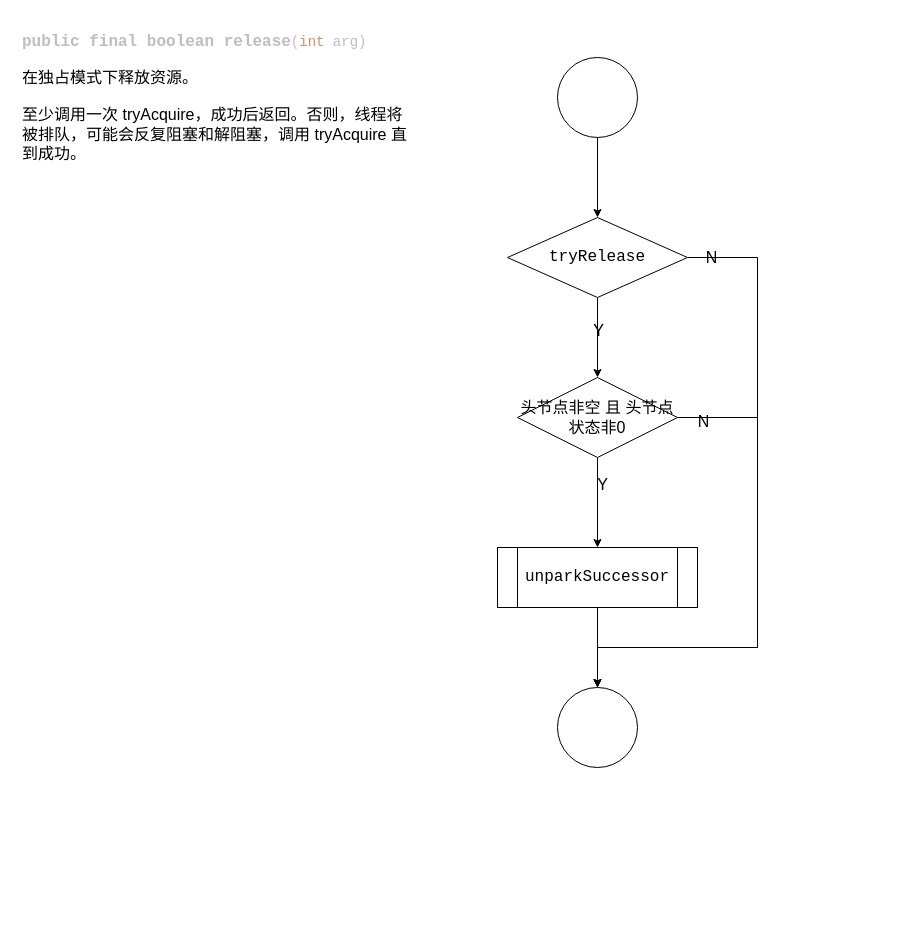
Before: page "release" (3 of 12) of src/drawio/aqs/aqs.drawio in NikolaZhang/NikolaZhang.github.io, a draw.io diagram. Source tidied: cells renumbered, new cells numbered last; positions are measured from the earlier drawing's top-left corner, leaving out a move shared by most shapes. Both pictures are drawn from the tidied source at 100%, with x=0, y=0 at pixel (17, 27).
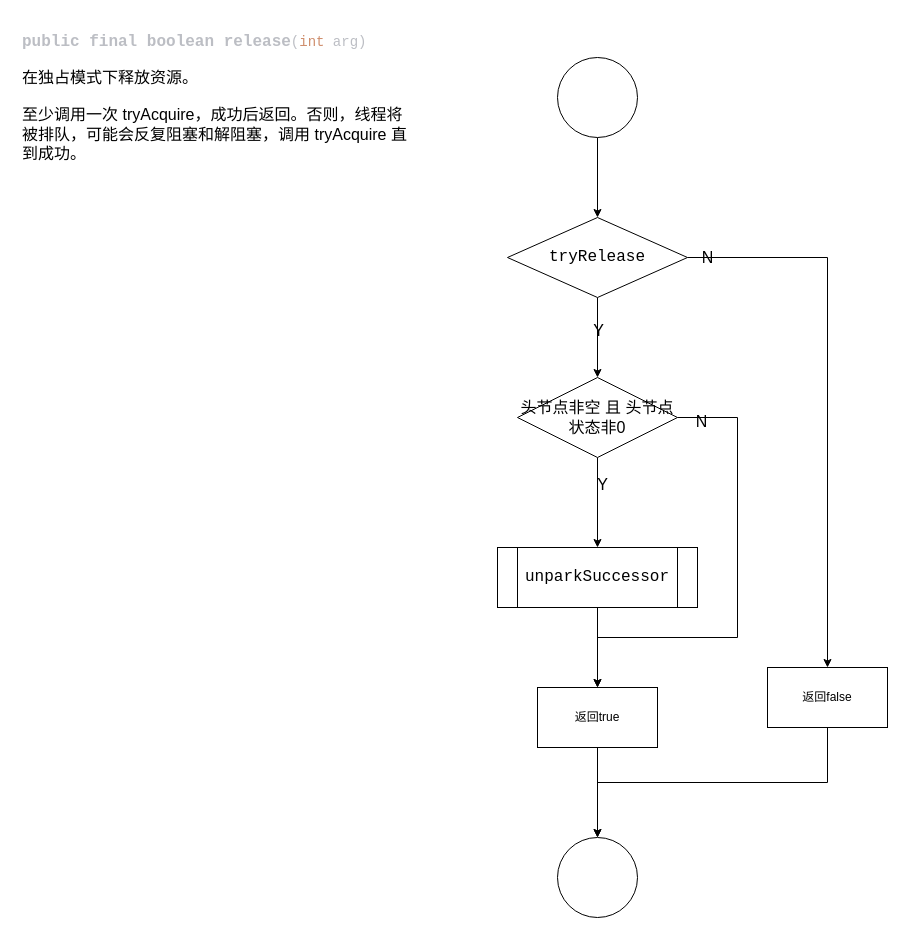
Above is the later version.

Unchanged cells that the change refers to:
```xml
<mxCell id="9" value="&lt;div style=&quot;font-size: 16px;&quot;&gt;&lt;pre style=&quot;font-family: &amp;quot;Fira Code Medium&amp;quot;, monospace; font-size: 16px;&quot;&gt;tryRelease&lt;/pre&gt;&lt;/div&gt;" style="rhombus;whiteSpace=wrap;html=1;labelBackgroundColor=none;fontColor=#000000;fontSize=16;" parent="1" vertex="1">
  <mxGeometry x="490" y="190" width="180" height="80" as="geometry" />
</mxCell>
<mxCell id="14" value="头节点非空 且 头节点状态非0" style="rhombus;whiteSpace=wrap;html=1;labelBackgroundColor=none;fontColor=#000000;fontSize=16;" parent="1" vertex="1">
  <mxGeometry x="500" y="350" width="160" height="80" as="geometry" />
</mxCell>
<mxCell id="16" value="&lt;div style=&quot;font-size: 16px;&quot;&gt;&lt;pre style=&quot;font-family: &amp;quot;Fira Code Medium&amp;quot;, monospace; font-size: 16px;&quot;&gt;unparkSuccessor&lt;/pre&gt;&lt;/div&gt;" style="whiteSpace=wrap;html=1;shape=process;backgroundOutline=1;labelBackgroundColor=none;fontColor=#000000;fontSize=16;" parent="1" vertex="1">
  <mxGeometry x="480" y="520" width="200" height="60" as="geometry" />
</mxCell>
```

Diff of the diagram source:
```diff
@@
-    <mxCell id="7" style="edgeStyle=orthogonalEdgeStyle;rounded=0;jettySize=auto;html=1;exitX=1;exitY=0.5;exitDx=0;exitDy=0;entryX=0.5;entryY=0;entryDx=0;entryDy=0;labelBackgroundColor=none;fontSize=16;" parent="1" edge="1" source="9" target="17">
+    <mxCell id="7" style="edgeStyle=orthogonalEdgeStyle;rounded=0;jettySize=auto;html=1;exitX=1;exitY=0.5;exitDx=0;exitDy=0;labelBackgroundColor=none;fontSize=16;entryX=0.5;entryY=0;entryDx=0;entryDy=0;" parent="1" edge="1" source="9" target="21">
       <mxGeometry relative="1" as="geometry">
         <Array as="points">
-          <mxPoint x="740" y="230" />
-          <mxPoint x="740" y="620" />
-          <mxPoint x="580" y="620" />
+          <mxPoint x="810" y="230" />
+          <mxPoint x="810" y="640" />
         </Array>
       </mxGeometry>
     </mxCell>
@@
-    <mxCell id="12" style="edgeStyle=orthogonalEdgeStyle;rounded=0;jettySize=auto;html=1;exitX=1;exitY=0.5;exitDx=0;exitDy=0;labelBackgroundColor=none;fontSize=16;entryX=0.5;entryY=0;entryDx=0;entryDy=0;" parent="1" edge="1" source="14" target="17">
+    <mxCell id="12" style="edgeStyle=orthogonalEdgeStyle;rounded=0;jettySize=auto;html=1;exitX=1;exitY=0.5;exitDx=0;exitDy=0;labelBackgroundColor=none;fontSize=16;entryX=0.5;entryY=0;entryDx=0;entryDy=0;" parent="1" edge="1" source="14" target="19">
       <mxGeometry relative="1" as="geometry">
         <Array as="points">
-          <mxPoint x="740" y="390" />
-          <mxPoint x="740" y="620" />
-          <mxPoint x="580" y="620" />
+          <mxPoint x="720" y="390" />
+          <mxPoint x="720" y="610" />
+          <mxPoint x="580" y="610" />
         </Array>
       </mxGeometry>
     </mxCell>
@@
-    <mxCell id="15" style="edgeStyle=orthogonalEdgeStyle;rounded=0;jettySize=auto;html=1;labelBackgroundColor=none;fontSize=16;" parent="1" edge="1" source="16" target="17">
+    <mxCell id="15" style="edgeStyle=orthogonalEdgeStyle;rounded=0;jettySize=auto;html=1;labelBackgroundColor=none;fontSize=16;" parent="1" edge="1" source="19" target="17">
       <mxGeometry relative="1" as="geometry" />
     </mxCell>
@@
     <mxCell id="17" style="ellipse;whiteSpace=wrap;html=1;fontSize=16;fontColor=#000000;labelBackgroundColor=none;" parent="1" vertex="1">
-      <mxGeometry x="540" y="660" width="80" height="80" as="geometry" />
+      <mxGeometry x="540" y="810" width="80" height="80" as="geometry" />
     </mxCell>
+    <mxCell id="18" style="edgeStyle=orthogonalEdgeStyle;rounded=0;jettySize=auto;html=1;labelBackgroundColor=none;fontSize=16;" parent="1" edge="1" source="16" target="19">
+      <mxGeometry relative="1" as="geometry" />
+    </mxCell>
+    <mxCell id="19" value="返回true" style="rounded=0;whiteSpace=wrap;html=1;" parent="1" vertex="1">
+      <mxGeometry x="520" y="660" width="120" height="60" as="geometry" />
+    </mxCell>
+    <mxCell id="20" style="edgeStyle=orthogonalEdgeStyle;rounded=0;jettySize=auto;html=1;exitX=0.5;exitY=1;exitDx=0;exitDy=0;entryX=0.5;entryY=0;entryDx=0;entryDy=0;" parent="1" edge="1" source="21" target="17">
+      <mxGeometry relative="1" as="geometry" />
+    </mxCell>
+    <mxCell id="21" value="返回false" style="rounded=0;whiteSpace=wrap;html=1;" parent="1" vertex="1">
+      <mxGeometry x="750" y="640" width="120" height="60" as="geometry" />
+    </mxCell>
```
